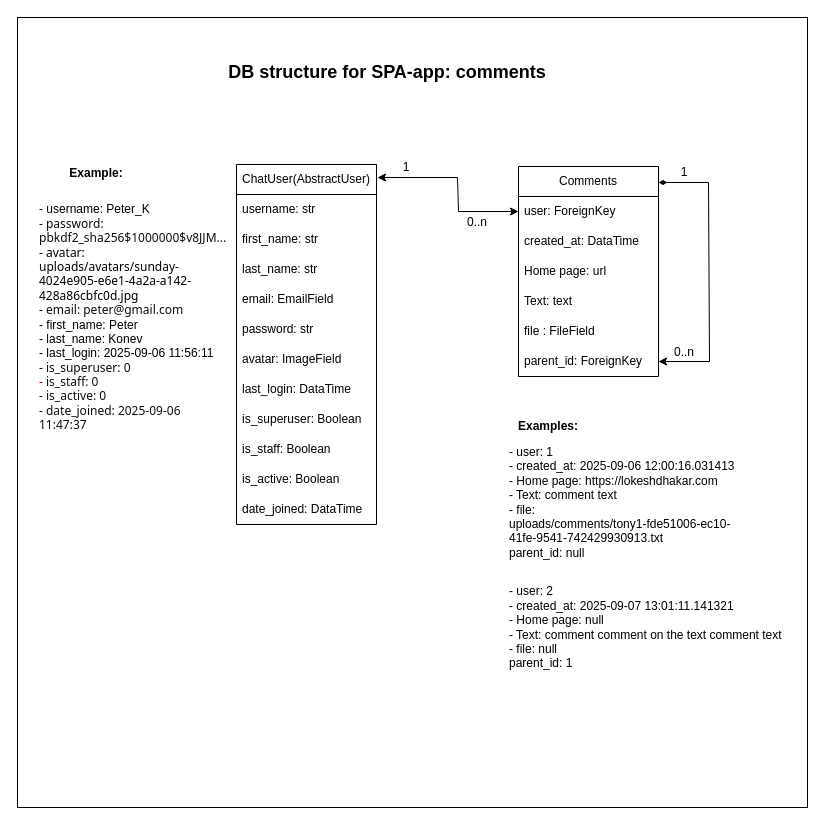
Above: db_structure_spa_comments.drawio in Anton-Konyk/spa-comments (draw.io), before the change. Source tidied: cells renumbered, new cells numbered last; positions are measured from the earlier drawing's top-left corner, leaving out a move shared by most shapes. Both pictures are drawn from the tidied source at 100%, with x=0, y=0 at pixel (17, 17).
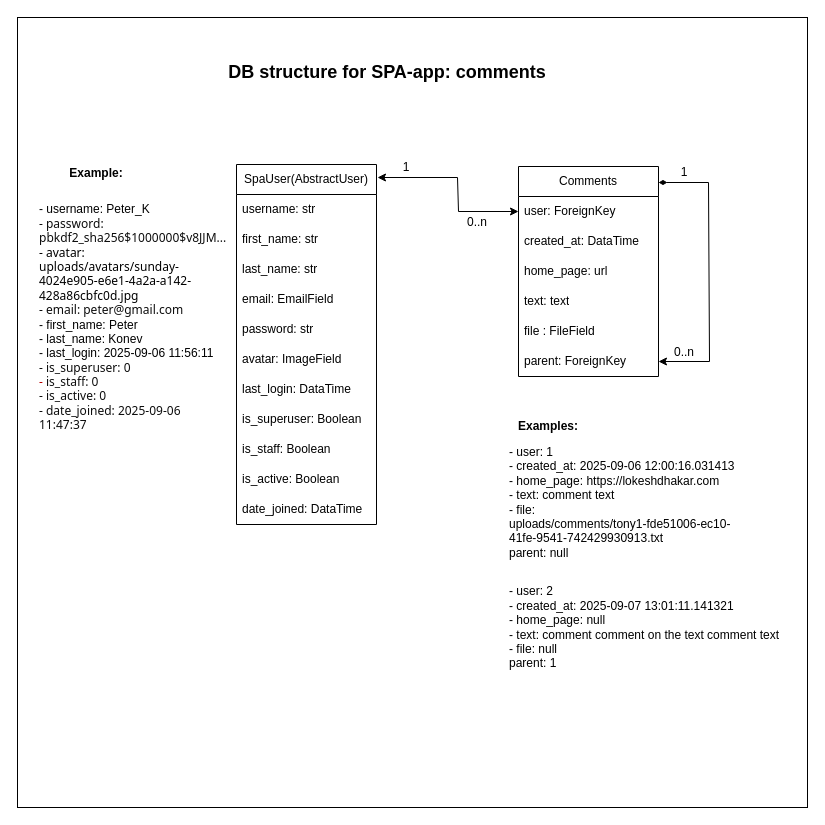
After the change.

Commit message:
fix name of fields

Unchanged cells that the change refers to:
```xml
<mxCell id="15" value="&lt;span style=&quot;text-align: left;&quot;&gt;Comments&lt;/span&gt;" style="swimlane;fontStyle=0;horizontal=1;startSize=30;whiteSpace=wrap;html=1;" parent="1" vertex="1">
  <mxGeometry x="501" y="149" width="140" height="210" as="geometry" />
</mxCell>
```

Change to the diagram source:
```diff
@@
-    <mxCell id="3" value="ChatUser(AbstractUser)" style="swimlane;fontStyle=0;horizontal=1;startSize=30;whiteSpace=wrap;html=1;" parent="1" vertex="1">
+    <mxCell id="3" value="SpaUser(AbstractUser)" style="swimlane;fontStyle=0;horizontal=1;startSize=30;whiteSpace=wrap;html=1;" parent="1" vertex="1">
       <mxGeometry x="219" y="147" width="140" height="360" as="geometry" />
     </mxCell>
@@
-    <mxCell id="18" value="Home page: url" style="text;strokeColor=none;fillColor=none;align=left;verticalAlign=middle;spacingLeft=4;spacingRight=4;overflow=hidden;whiteSpace=wrap;html=1;" parent="15" vertex="1">
+    <mxCell id="18" value="home_page: url" style="text;strokeColor=none;fillColor=none;align=left;verticalAlign=middle;spacingLeft=4;spacingRight=4;overflow=hidden;whiteSpace=wrap;html=1;" parent="15" vertex="1">
       <mxGeometry y="90" width="140" height="30" as="geometry" />
     </mxCell>
-    <mxCell id="19" value="Text: text" style="text;strokeColor=none;fillColor=none;align=left;verticalAlign=middle;spacingLeft=4;spacingRight=4;overflow=hidden;whiteSpace=wrap;html=1;" parent="15" vertex="1">
+    <mxCell id="19" value="text: text" style="text;strokeColor=none;fillColor=none;align=left;verticalAlign=middle;spacingLeft=4;spacingRight=4;overflow=hidden;whiteSpace=wrap;html=1;" parent="15" vertex="1">
       <mxGeometry y="120" width="140" height="30" as="geometry" />
     </mxCell>
@@
-    <mxCell id="21" value="parent_id:&amp;nbsp;ForeignKey&amp;nbsp;" style="text;strokeColor=none;fillColor=none;align=left;verticalAlign=middle;spacingLeft=4;spacingRight=4;overflow=hidden;points=[[0,0.5],[1,0.5]];portConstraint=eastwest;whiteSpace=wrap;html=1;" parent="15" vertex="1">
+    <mxCell id="21" value="parent:&amp;nbsp;ForeignKey&amp;nbsp;" style="text;strokeColor=none;fillColor=none;align=left;verticalAlign=middle;spacingLeft=4;spacingRight=4;overflow=hidden;points=[[0,0.5],[1,0.5]];portConstraint=eastwest;whiteSpace=wrap;html=1;" parent="15" vertex="1">
       <mxGeometry y="180" width="140" height="30" as="geometry" />
     </mxCell>
@@
-    <mxCell id="23" value="- user: 1&lt;div&gt;- created_at:&amp;nbsp;2025-09-06 12:00:16.031413&lt;br&gt;&lt;div&gt;&lt;font&gt;- Home page:&amp;nbsp;https://lokeshdhakar.com&lt;/font&gt;&lt;/div&gt;&lt;div&gt;&lt;font&gt;- Text: comment&amp;nbsp;&lt;/font&gt;&lt;span style=&quot;background-color: transparent; color: light-dark(rgb(0, 0, 0), rgb(255, 255, 255));&quot;&gt;text&lt;/span&gt;&lt;span style=&quot;background-color: transparent; color: light-dark(rgb(0, 0, 0), rgb(255, 255, 255));&quot;&gt;&amp;nbsp;&lt;/span&gt;&lt;/div&gt;&lt;div&gt;&lt;span style=&quot;background-color: transparent; color: light-dark(rgb(0, 0, 0), rgb(255, 255, 255));&quot;&gt;- file:&amp;nbsp;&lt;/span&gt;&lt;/div&gt;&lt;div&gt;uploads/comments/tony1-fde51006-ec10-41fe-9541-742429930913.txt&lt;/div&gt;&lt;div&gt;parent_id: null&lt;/div&gt;&lt;/div&gt;" style="text;html=1;align=left;verticalAlign=middle;whiteSpace=wrap;rounded=0;" parent="1" vertex="1">
+    <mxCell id="23" value="- user: 1&lt;div&gt;- created_at:&amp;nbsp;2025-09-06 12:00:16.031413&lt;br&gt;&lt;div&gt;&lt;font&gt;- home_page:&amp;nbsp;https://lokeshdhakar.com&lt;/font&gt;&lt;/div&gt;&lt;div&gt;&lt;font&gt;- text: comment&amp;nbsp;&lt;/font&gt;&lt;span style=&quot;background-color: transparent; color: light-dark(rgb(0, 0, 0), rgb(255, 255, 255));&quot;&gt;text&lt;/span&gt;&lt;span style=&quot;background-color: transparent; color: light-dark(rgb(0, 0, 0), rgb(255, 255, 255));&quot;&gt;&amp;nbsp;&lt;/span&gt;&lt;/div&gt;&lt;div&gt;&lt;span style=&quot;background-color: transparent; color: light-dark(rgb(0, 0, 0), rgb(255, 255, 255));&quot;&gt;- file:&amp;nbsp;&lt;/span&gt;&lt;/div&gt;&lt;div&gt;uploads/comments/tony1-fde51006-ec10-41fe-9541-742429930913.txt&lt;/div&gt;&lt;div&gt;parent: null&lt;/div&gt;&lt;/div&gt;" style="text;html=1;align=left;verticalAlign=middle;whiteSpace=wrap;rounded=0;" parent="1" vertex="1">
       <mxGeometry x="490" y="420" width="240" height="130" as="geometry" />
     </mxCell>
@@
-    <mxCell id="33" value="- user: 2&lt;div&gt;- created_at:&amp;nbsp;2025-09-07 13:01:11.141321&lt;br&gt;&lt;div&gt;&lt;font&gt;- Home page: null&lt;/font&gt;&lt;/div&gt;&lt;div&gt;&lt;font&gt;- Text: comment&amp;nbsp;&lt;/font&gt;&lt;span style=&quot;background-color: transparent;&quot;&gt;comment on the text comment text&lt;/span&gt;&lt;/div&gt;&lt;div&gt;&lt;span style=&quot;background-color: transparent; color: light-dark(rgb(0, 0, 0), rgb(255, 255, 255));&quot;&gt;- file: null&lt;/span&gt;&lt;/div&gt;&lt;div&gt;parent_id: 1&lt;/div&gt;&lt;/div&gt;" style="text;html=1;align=left;verticalAlign=middle;whiteSpace=wrap;rounded=0;" parent="1" vertex="1">
+    <mxCell id="33" value="- user: 2&lt;div&gt;- created_at:&amp;nbsp;2025-09-07 13:01:11.141321&lt;br&gt;&lt;div&gt;&lt;font&gt;- home_page: null&lt;/font&gt;&lt;/div&gt;&lt;div&gt;&lt;font&gt;- text: comment&amp;nbsp;&lt;/font&gt;&lt;span style=&quot;background-color: transparent;&quot;&gt;comment on the text comment text&lt;/span&gt;&lt;/div&gt;&lt;div&gt;&lt;span style=&quot;background-color: transparent; color: light-dark(rgb(0, 0, 0), rgb(255, 255, 255));&quot;&gt;- file: null&lt;/span&gt;&lt;/div&gt;&lt;div&gt;parent: 1&lt;/div&gt;&lt;/div&gt;" style="text;html=1;align=left;verticalAlign=middle;whiteSpace=wrap;rounded=0;" parent="1" vertex="1">
       <mxGeometry x="490" y="560" width="280" height="100" as="geometry" />
     </mxCell>
```
